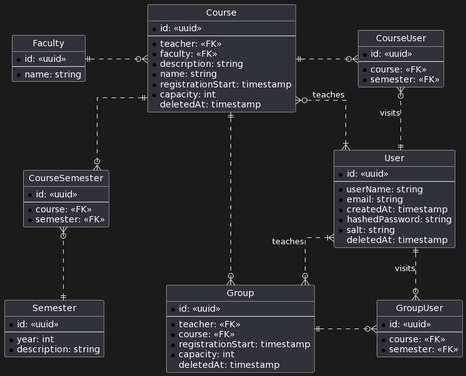
Before: diagrams/CoursesRegistrator.png, a diagram exported from PlantUML (TheRikej/courses-registrator).
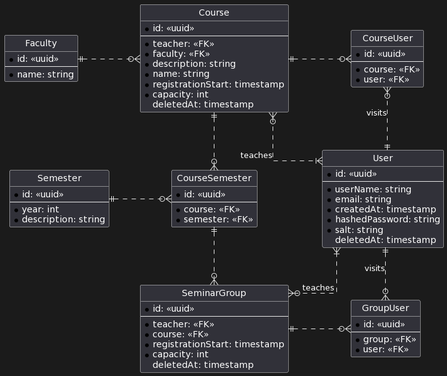
After the commit.

Commit message:
fix(ERD): Added connection between seminar groups and semesters

Change to the diagram source:
```diff
@@ -27,7 +27,7 @@
     deletedAt: timestamp
 }
 
-entity Group {
+entity SeminarGroup {
     * id: <<uuid>>
     ---
     * teacher: <<FK>>
@@ -61,29 +61,29 @@
     * id: <<uuid>>
     ---
     * course: <<FK>>
-    * semester: <<FK>>
+    * user: <<FK>>
 }
 
 entity GroupUser {
     * id: <<uuid>>
     ---
-    * course: <<FK>>
-    * semester: <<FK>>
+    * group: <<FK>>
+    * user: <<FK>>
 }
 
-User ||.r.o{ GroupUser: visits
-Group ||.r.o{ GroupUser
+User ||..o{ GroupUser: visits
+SeminarGroup ||.r.o{ GroupUser
 
 User ||.u.o{ CourseUser: visits
 Course ||.r.o{ CourseUser
 
 Faculty ||.r.o{ Course
-Course||.l.o{ Group
+CourseSemester||..o{ SeminarGroup
 
 
-Course ||.d.o{ CourseSemester
-Semester||.u.o{ CourseSemester
+Course ||..o{ CourseSemester
+Semester||.r.o{ CourseSemester
 
-User }|..o{ Course: teaches
-User }|..o{ Group: teaches
+User }|.l.o{ Course: teaches
+User }|..o{ SeminarGroup: teaches
 @enduml
```
